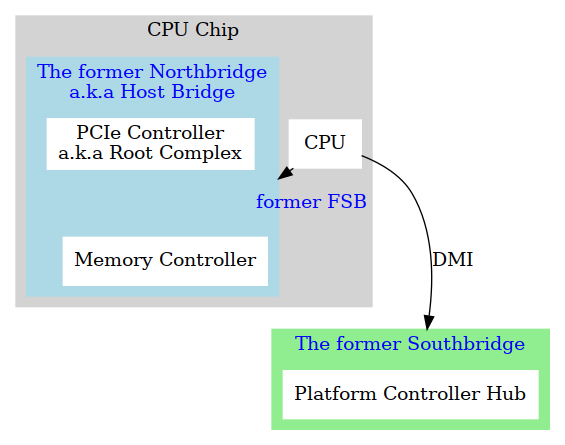
This is source/images/pci/modern-computer.png from lucmann/lucmann.github.io, a Graphviz export, as it was before one commit. Its source is kept beside it as source/images/dot/modern-computer.dot. The source it was exported from:
```dot
digraph COMPUTER {
    compound=true;
    node [shape=box];

    subgraph cluster_CPU {
        label="CPU Chip";
        style=filled;
        color=lightgrey;
        node [style=filled, color=white];

        CPU [label="CPU"];

        subgraph cluster_north_bridge {
            label="The former Northbridge\na.k.a Host Bridge";
            style=filled;
            color=lightblue;
            fontcolor=blue;
            newrank=true;

            MCH  [label="Memory Controller"];
            PCIE [label="PCIe Controller\na.k.a Root Complex"];

        }


        CPU -> MCH [label="former FSB", lhead=cluster_north_bridge, fontcolor=blue, style=dashed];
    }

    invis [shape=point, style=invis, width=0, height=0];

    subgraph cluster_south_bridge {
        label="The former Southbridge";
        style=filled;
        color=lightgreen;
        fontcolor=blue;
        node [style=filled, color=white];
        PCH  [label="Platform Controller Hub"];
    }

    CPU -> PCH [label="DMI", lhead=cluster_south_bridge];
    CPU -> invis [style=invis];
    invis -> PCH [style=invis];
}
```
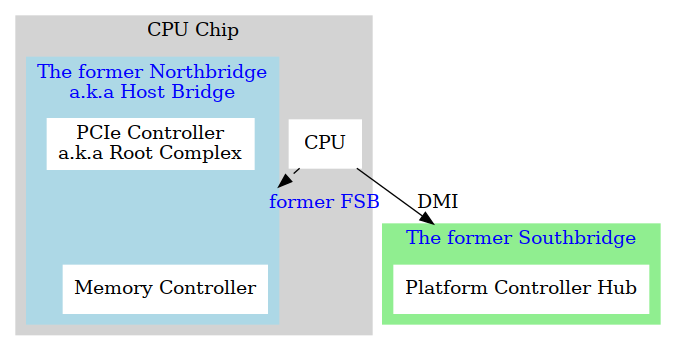
Above is the later version.

Commit message:
hw: dot: splines=line forces straight line

Diff of the diagram source:
```diff
@@ -1,5 +1,6 @@
 digraph COMPUTER {
     compound=true;
+    splines=line;
     node [shape=box];
 
     subgraph cluster_CPU {
@@ -22,11 +23,8 @@
 
         }
 
-
         CPU -> MCH [label="former FSB", lhead=cluster_north_bridge, fontcolor=blue, style=dashed];
     }
-
-    invis [shape=point, style=invis, width=0, height=0];
 
     subgraph cluster_south_bridge {
         label="The former Southbridge";
@@ -38,6 +36,4 @@
     }
 
     CPU -> PCH [label="DMI", lhead=cluster_south_bridge];
-    CPU -> invis [style=invis];
-    invis -> PCH [style=invis];
 }
```
